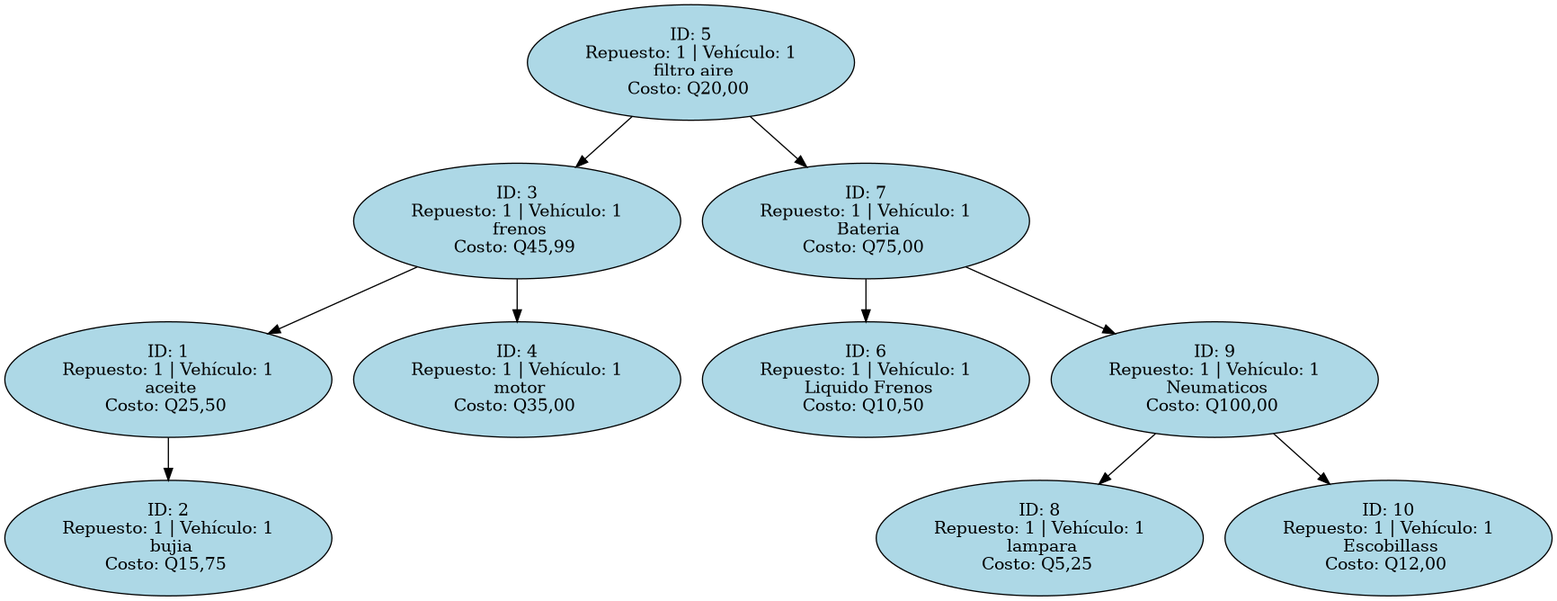
Earlier version of the Graphviz export Fase_2/AutoGestPro/AutoGestPro/Reports/servicios_0.png (Santiago78op/EDD_1S2025_201905884). Its source is kept beside it as Fase_2/AutoGestPro/AutoGestPro/Reports/servicios_0.dot.
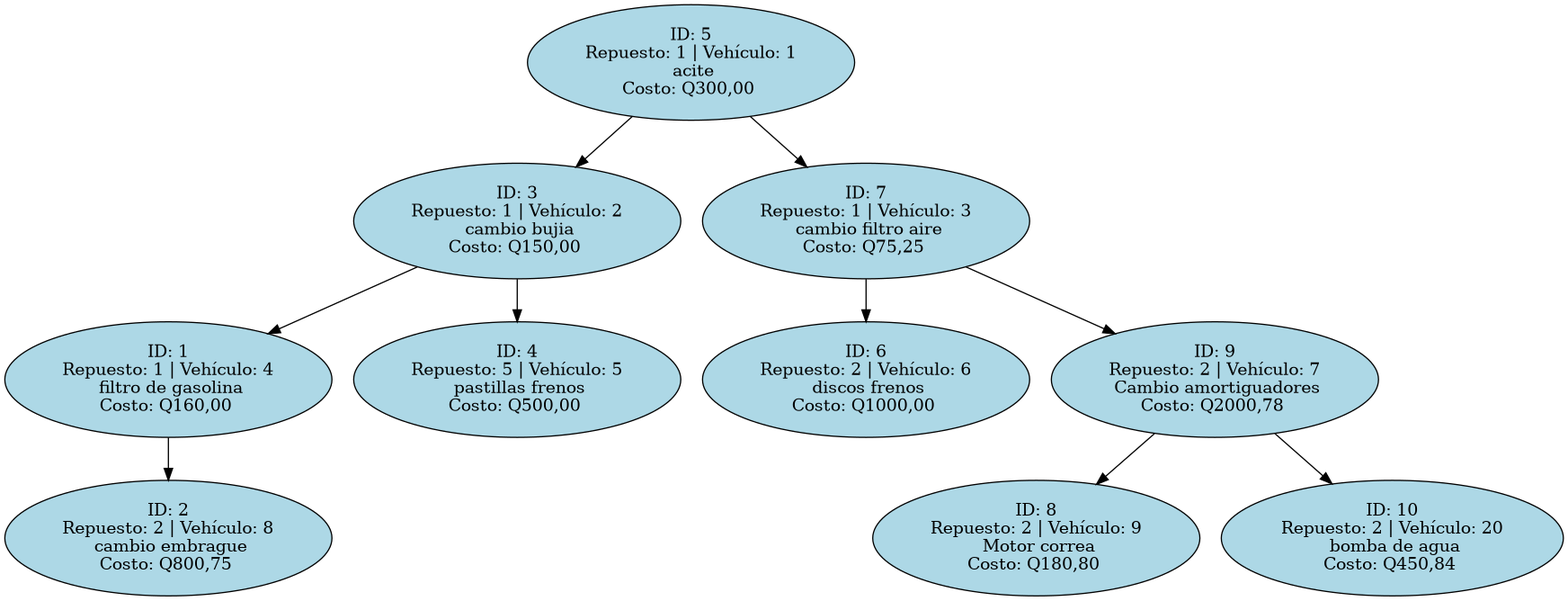
Above is the later version.

What changed in the source:
```diff
@@ -1,22 +1,22 @@
 digraph Servicios {
 node [shape=ellipse, style=filled, fillcolor=lightblue];
-S5 [label="ID: 5\nRepuesto: 1 | Vehículo: 1\n filtro aire\nCosto: Q20,00 "]
+S5 [label="ID: 5\nRepuesto: 1 | Vehículo: 1\n acite\nCosto: Q300,00 "]
 S5 -> S3
-S3 [label="ID: 3\nRepuesto: 1 | Vehículo: 1\n frenos\nCosto: Q45,99 "]
+S3 [label="ID: 3\nRepuesto: 1 | Vehículo: 2\n cambio bujia\nCosto: Q150,00 "]
 S3 -> S1
-S1 [label="ID: 1\nRepuesto: 1 | Vehículo: 1\n aceite\nCosto: Q25,50 "]
+S1 [label="ID: 1\nRepuesto: 1 | Vehículo: 4\n filtro de gasolina\nCosto: Q160,00 "]
 S1 -> S2
-S2 [label="ID: 2\nRepuesto: 1 | Vehículo: 1\n bujia\nCosto: Q15,75 "]
+S2 [label="ID: 2\nRepuesto: 2 | Vehículo: 8\n cambio embrague\nCosto: Q800,75 "]
 S3 -> S4
-S4 [label="ID: 4\nRepuesto: 1 | Vehículo: 1\n motor\nCosto: Q35,00 "]
+S4 [label="ID: 4\nRepuesto: 5 | Vehículo: 5\n pastillas frenos\nCosto: Q500,00 "]
 S5 -> S7
-S7 [label="ID: 7\nRepuesto: 1 | Vehículo: 1\n Bateria\nCosto: Q75,00 "]
+S7 [label="ID: 7\nRepuesto: 1 | Vehículo: 3\n cambio filtro aire\nCosto: Q75,25 "]
 S7 -> S6
-S6 [label="ID: 6\nRepuesto: 1 | Vehículo: 1\n Liquido Frenos\nCosto: Q10,50 "]
+S6 [label="ID: 6\nRepuesto: 2 | Vehículo: 6\n discos frenos\nCosto: Q1000,00 "]
 S7 -> S9
-S9 [label="ID: 9\nRepuesto: 1 | Vehículo: 1\n Neumaticos\nCosto: Q100,00 "]
+S9 [label="ID: 9\nRepuesto: 2 | Vehículo: 7\n Cambio amortiguadores\nCosto: Q2000,78 "]
 S9 -> S8
-S8 [label="ID: 8\nRepuesto: 1 | Vehículo: 1\n lampara\nCosto: Q5,25 "]
+S8 [label="ID: 8\nRepuesto: 2 | Vehículo: 9\n Motor correa\nCosto: Q180,80 "]
 S9 -> S10
-S10 [label="ID: 10\nRepuesto: 1 | Vehículo: 1\n Escobillass\nCosto: Q12,00 "]
+S10 [label="ID: 10\nRepuesto: 2 | Vehículo: 20\n bomba de agua\nCosto: Q450,84 "]
 }
```
